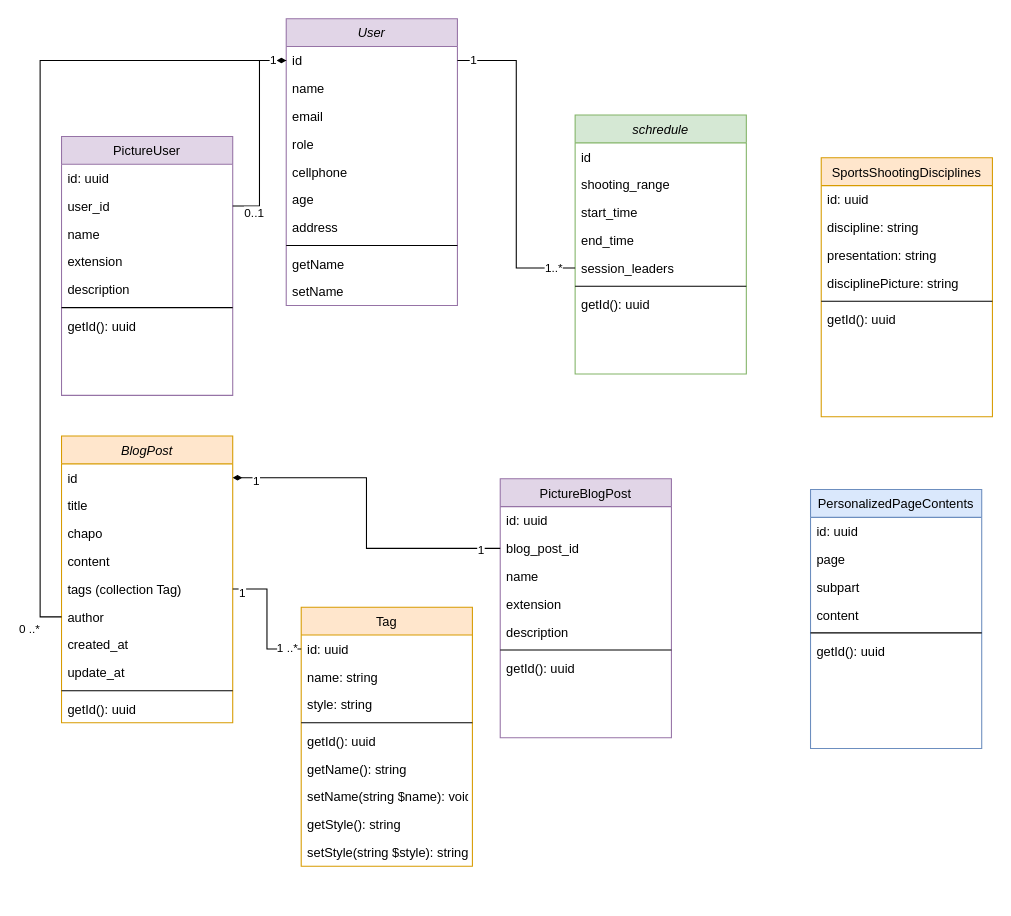
Before: class_diagram.drawio in michaelgtfr/fftir_loudun_api, a draw.io diagram. Source tidied: cells renumbered, new cells numbered last; positions are measured from the earlier drawing's top-left corner, leaving out a move shared by most shapes. Both pictures are drawn from the tidied source at 107%, with x=0, y=0 at pixel (61, 18).
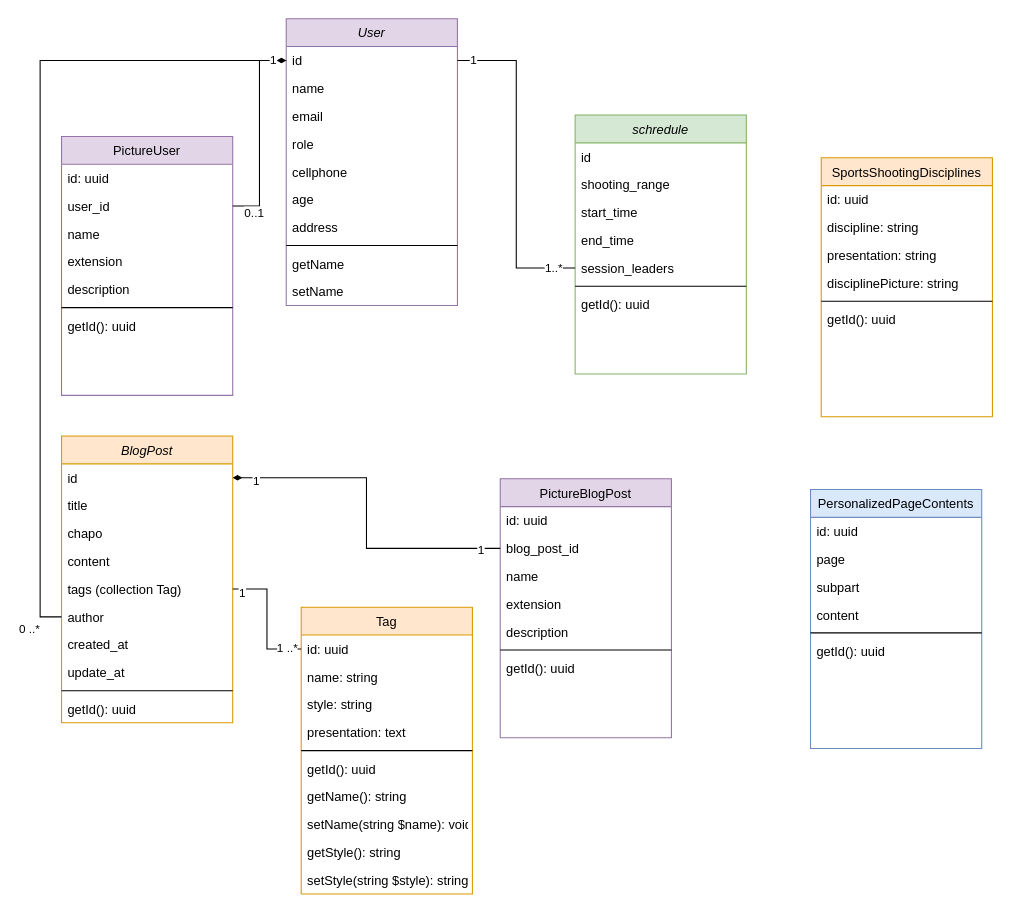
The same diagram, later.

Commit message:
Mettre à jour class_diagram.drawio

Diff of the diagram source:
```diff
@@
     <mxCell id="13" value="Tag" style="swimlane;fontStyle=0;align=center;verticalAlign=top;horizontal=1;startSize=26;rounded=0;shadow=0;strokeWidth=1;fillColor=#ffe6cc;strokeColor=#d79b00;" parent="1" vertex="1">
-      <mxGeometry x="224" y="550" width="160" height="242" as="geometry" />
+      <mxGeometry x="224" y="550" width="160" height="268" as="geometry" />
     </mxCell>
@@
+    <mxCell id="86" value="presentation: text" style="text;align=left;verticalAlign=top;spacingLeft=4;spacingRight=4;overflow=hidden;rounded=0;shadow=0;html=0;" parent="13" vertex="1">
+      <mxGeometry y="104" width="160" height="26" as="geometry" />
+    </mxCell>
     <mxCell id="17" style="line;html=1;strokeWidth=1;align=left;verticalAlign=middle;spacingTop=-1;spacingLeft=3;spacingRight=3;labelPosition=right;" parent="13" vertex="1">
-      <mxGeometry y="104" width="160" height="8" as="geometry" />
+      <mxGeometry y="130" width="160" height="8" as="geometry" />
     </mxCell>
     <mxCell id="18" value="getId(): uuid" style="text;align=left;verticalAlign=top;spacingLeft=4;spacingRight=4;overflow=hidden;" parent="13" vertex="1">
-      <mxGeometry y="112" width="160" height="26" as="geometry" />
+      <mxGeometry y="138" width="160" height="26" as="geometry" />
     </mxCell>
     <mxCell id="19" value="getName(): string" style="text;align=left;verticalAlign=top;spacingLeft=4;spacingRight=4;overflow=hidden;" parent="13" vertex="1">
-      <mxGeometry y="138" width="160" height="26" as="geometry" />
+      <mxGeometry y="164" width="160" height="26" as="geometry" />
     </mxCell>
     <mxCell id="20" value="setName(string $name): void" style="text;align=left;verticalAlign=top;spacingLeft=4;spacingRight=4;overflow=hidden;" parent="13" vertex="1">
-      <mxGeometry y="164" width="160" height="26" as="geometry" />
+      <mxGeometry y="190" width="160" height="26" as="geometry" />
     </mxCell>
     <mxCell id="21" value="getStyle(): string" style="text;align=left;verticalAlign=top;spacingLeft=4;spacingRight=4;overflow=hidden;" parent="13" vertex="1">
-      <mxGeometry y="190" width="160" height="26" as="geometry" />
+      <mxGeometry y="216" width="160" height="26" as="geometry" />
     </mxCell>
     <mxCell id="22" value="setStyle(string $style): string" style="text;align=left;verticalAlign=top;spacingLeft=4;spacingRight=4;overflow=hidden;" parent="13" vertex="1">
-      <mxGeometry y="216" width="160" height="26" as="geometry" />
+      <mxGeometry y="242" width="160" height="26" as="geometry" />
     </mxCell>
```
